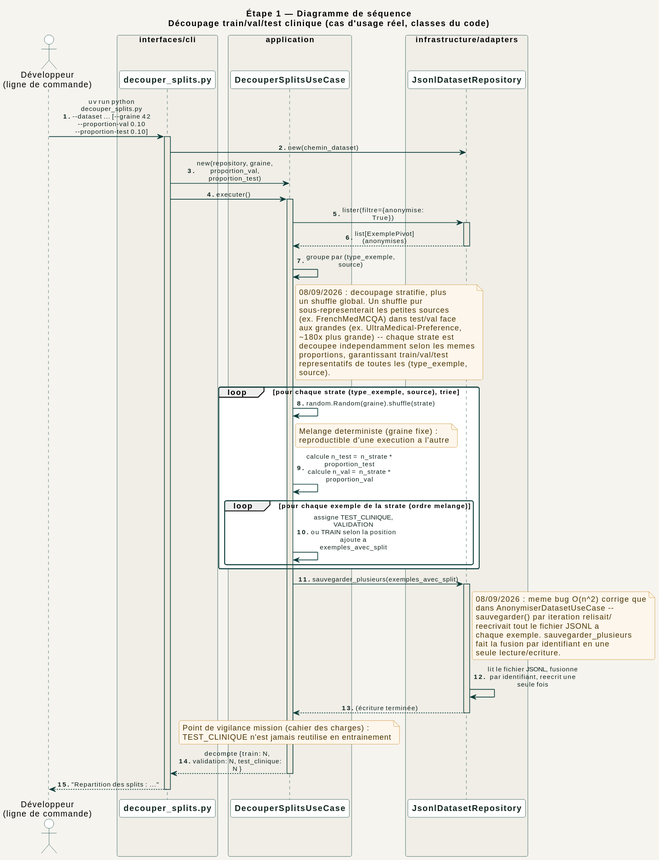
racemartin/m14_ocr keeps this PlantUML diagram as docs/diagrams/02_etape1_donnees/sequence/decouper_splits.svg. Above is the earlier version.
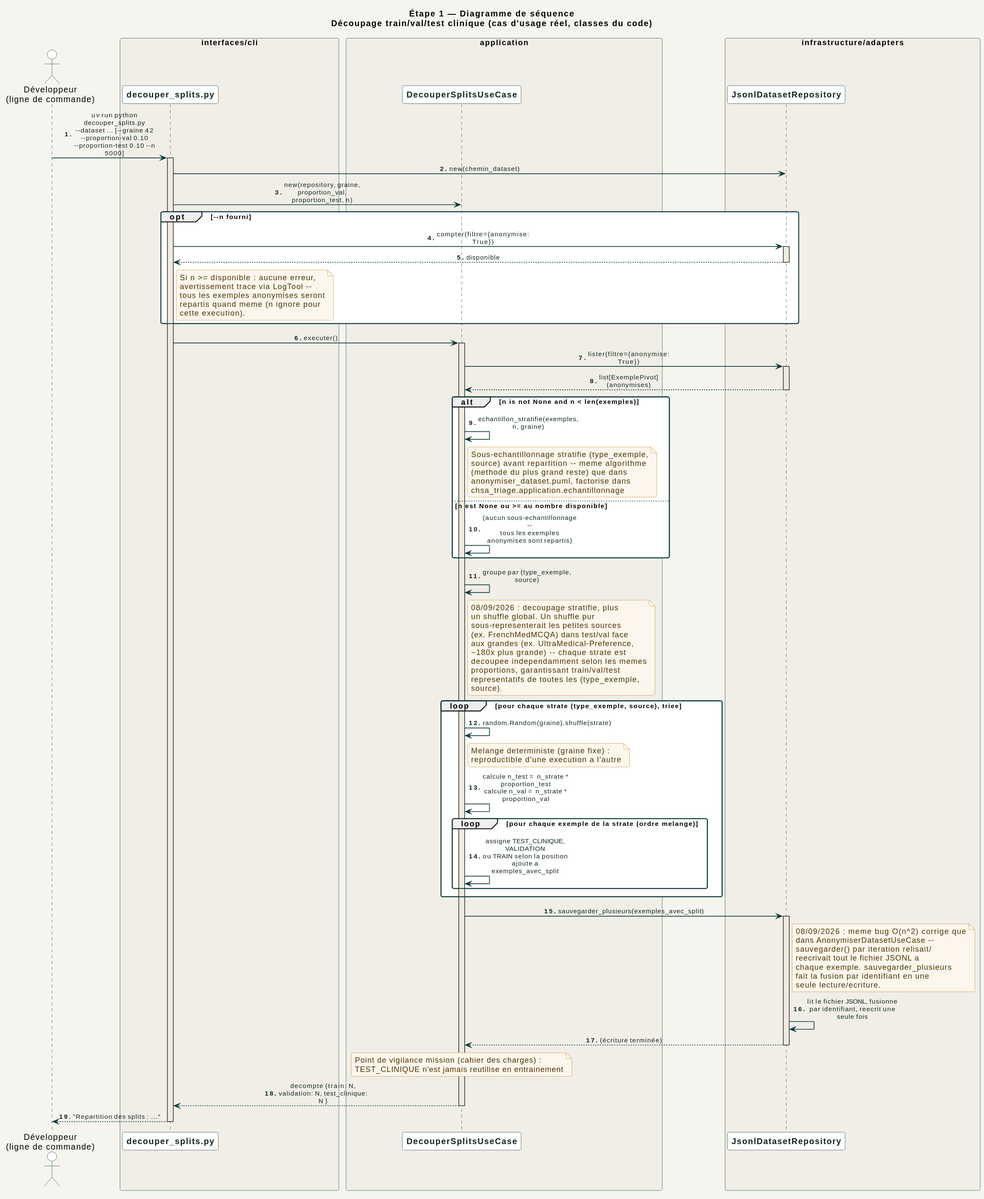
After the commit.

Commit message:
docs(diagrams): --n dans decouper_splits.puml + diagramme verifier_repartition_splits

The edit, as a diff of the source:
```diff
@@ -19,11 +19,25 @@
 
 autonumber "<b>0."
 
-Dev -> CLI : uv run python decouper_splits.py\n~-~-dataset ... [~-~-graine 42 ~-~-proportion-val 0.10 ~-~-proportion-test 0.10]
+Dev -> CLI : uv run python decouper_splits.py\n~-~-dataset ... [~-~-graine 42 ~-~-proportion-val 0.10 ~-~-proportion-test 0.10 ~-~-n 5000]
 activate CLI
 
 CLI -> Repo : new(chemin_dataset)
-CLI -> UC : new(repository, graine, proportion_val, proportion_test)
+CLI -> UC : new(repository, graine, proportion_val, proportion_test, n)
+
+opt --n fourni
+  CLI -> Repo : compter(filtre={anonymise: True})
+  activate Repo
+  Repo --> CLI : disponible
+  deactivate Repo
+  note right of CLI
+    Si n >= disponible : aucune erreur,
+    avertissement trace via LogTool --
+    tous les exemples anonymises seront
+    repartis quand meme (n ignore pour
+    cette execution).
+  end note
+end
 
 CLI -> UC : executer()
 activate UC
@@ -32,6 +46,19 @@
 activate Repo
 Repo --> UC : list[ExemplePivot] (anonymises)
 deactivate Repo
+
+alt n is not None and n < len(exemples)
+  UC -> UC : echantillon_stratifie(exemples, n, graine)
+  note right of UC
+    Sous-echantillonnage stratifie (type_exemple,
+    source) avant repartition -- meme algorithme
+    (methode du plus grand reste) que dans
+    anonymiser_dataset.puml, factorise dans
+    chsa_triage.application.echantillonnage
+  end note
+else n est None ou >= au nombre disponible
+  UC -> UC : (aucun sous-echantillonnage --\ntous les exemples anonymises sont repartis)
+end
 
 UC -> UC : groupe par (type_exemple, source)
 note right of UC
```
